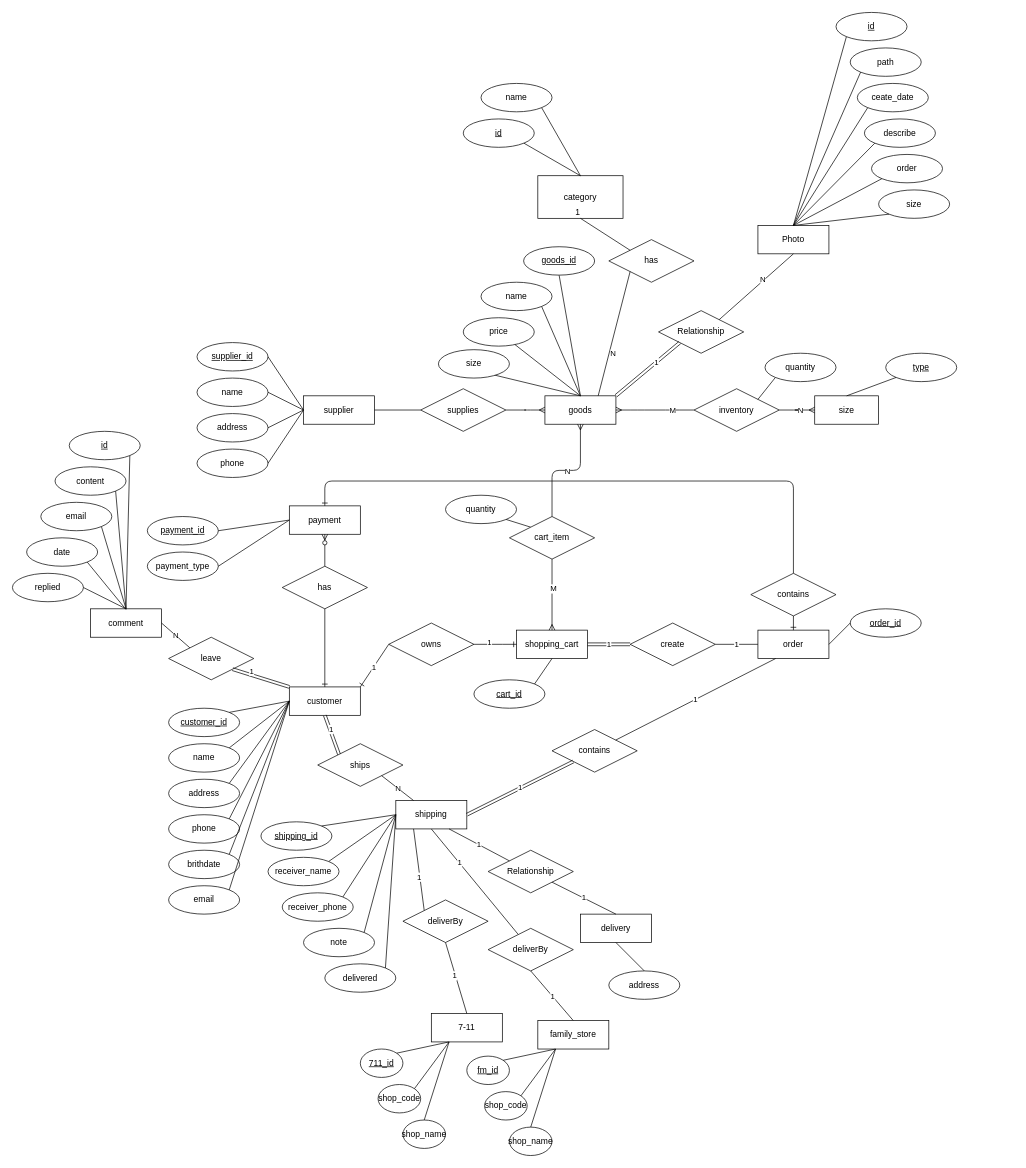
This is ERDiagram.drawio from BoshiLee/ecommerce, a draw.io file, before an edit. Source tidied: cells renumbered, new cells numbered last; positions are measured from the earlier drawing's top-left corner, leaving out a move shared by most shapes. Both pictures are drawn from the tidied source at 71%, with x=0, y=0 at pixel (12, 12).
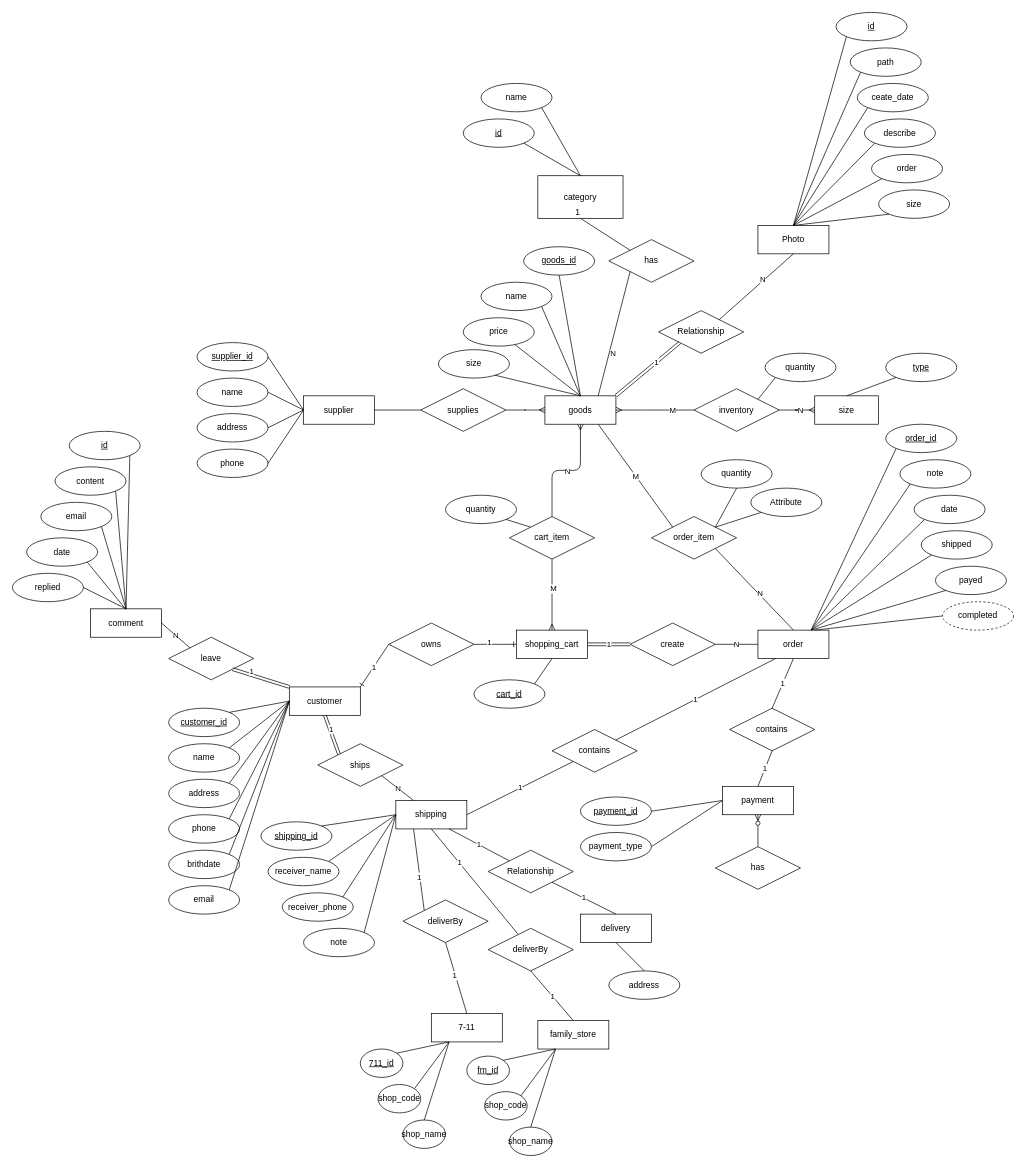
After the change.

Unchanged cells that the change refers to:
```xml
<mxCell id="3" value="goods" style="whiteSpace=wrap;html=1;align=center;" parent="1" vertex="1">
  <mxGeometry x="750" y="540" width="100" height="40" as="geometry" />
</mxCell>
<mxCell id="12" value="customer" style="whiteSpace=wrap;html=1;align=center;" parent="1" vertex="1">
  <mxGeometry x="390" y="950" width="100" height="40" as="geometry" />
</mxCell>
<mxCell id="45" value="create" style="shape=rhombus;perimeter=rhombusPerimeter;whiteSpace=wrap;html=1;align=center;" parent="1" vertex="1">
  <mxGeometry x="870" y="860" width="120" height="60" as="geometry" />
</mxCell>
<mxCell id="49" value="shipping" style="whiteSpace=wrap;html=1;align=center;" parent="1" vertex="1">
  <mxGeometry x="540" y="1110" width="100" height="40" as="geometry" />
</mxCell>
<mxCell id="56" value="order" style="whiteSpace=wrap;html=1;align=center;" parent="1" vertex="1">
  <mxGeometry x="1050" y="870" width="100" height="40" as="geometry" />
</mxCell>
<mxCell id="60" value="contains" style="shape=rhombus;perimeter=rhombusPerimeter;whiteSpace=wrap;html=1;align=center;" parent="1" vertex="1">
  <mxGeometry x="760" y="1010" width="120" height="60" as="geometry" />
</mxCell>
```

What changed in the source:
```diff
@@
-    <mxCell id="43" value="payment" style="whiteSpace=wrap;html=1;align=center;" parent="1" vertex="1">
-      <mxGeometry x="390" y="695" width="100" height="40" as="geometry" />
-    </mxCell>
-    <mxCell id="44" value="payment_id" style="ellipse;whiteSpace=wrap;html=1;align=center;fontStyle=4;" parent="1" vertex="1">
-      <mxGeometry x="190" y="710" width="100" height="40" as="geometry" />
-    </mxCell>
@@
-    <mxCell id="46" value="&lt;span&gt;payment_type&lt;/span&gt;" style="ellipse;whiteSpace=wrap;html=1;align=center;fontStyle=0;" parent="1" vertex="1">
-      <mxGeometry x="190" y="760" width="100" height="40" as="geometry" />
-    </mxCell>
-    <mxCell id="47" style="endArrow=none;html=1;rounded=0;entryX=0;entryY=0.5;entryDx=0;entryDy=0;exitX=1;exitY=0.5;exitDx=0;exitDy=0;" parent="1" edge="1" source="46" target="43">
-      <mxGeometry relative="1" as="geometry" />
-    </mxCell>
-    <mxCell id="48" style="endArrow=none;html=1;rounded=0;entryX=1;entryY=0.5;entryDx=0;entryDy=0;exitX=0;exitY=0.5;exitDx=0;exitDy=0;" parent="1" edge="1" source="43" target="44">
-      <mxGeometry relative="1" as="geometry" />
-    </mxCell>
@@
-    <mxCell id="53" value="has" style="shape=rhombus;perimeter=rhombusPerimeter;whiteSpace=wrap;html=1;align=center;" parent="1" vertex="1">
-      <mxGeometry x="380" y="780" width="120" height="60" as="geometry" />
-    </mxCell>
-    <mxCell id="54" style="edgeStyle=orthogonalEdgeStyle;fontSize=12;html=1;endArrow=ERzeroToMany;endFill=1;exitX=0.5;exitY=0;exitDx=0;exitDy=0;entryX=0.5;entryY=1;entryDx=0;entryDy=0;" parent="1" edge="1" source="53" target="43">
-      <mxGeometry relative="1" as="geometry" />
-    </mxCell>
-    <mxCell id="55" style="edgeStyle=orthogonalEdgeStyle;fontSize=12;html=1;endArrow=ERone;endFill=1;exitX=0.5;exitY=1;exitDx=0;exitDy=0;sketch=0;shadow=0;rounded=1;entryX=0.5;entryY=0;entryDx=0;entryDy=0;" parent="1" edge="1" source="53" target="12">
-      <mxGeometry relative="1" as="geometry" />
-    </mxCell>
@@
     <mxCell id="57" value="contains" style="shape=rhombus;perimeter=rhombusPerimeter;whiteSpace=wrap;html=1;align=center;" parent="1" vertex="1">
-      <mxGeometry x="1040" y="790" width="120" height="60" as="geometry" />
+      <mxGeometry x="1010" y="980" width="120" height="60" as="geometry" />
     </mxCell>
-    <mxCell id="58" style="edgeStyle=orthogonalEdgeStyle;fontSize=12;html=1;endArrow=ERone;endFill=1;exitX=0.5;exitY=1;exitDx=0;exitDy=0;sketch=0;shadow=0;rounded=1;entryX=0.5;entryY=0;entryDx=0;entryDy=0;" parent="1" edge="1" source="57" target="56">
-      <mxGeometry relative="1" as="geometry" />
-    </mxCell>
-    <mxCell id="59" style="edgeStyle=orthogonalEdgeStyle;fontSize=12;html=1;endArrow=ERone;endFill=1;sketch=0;shadow=0;rounded=1;exitX=0.5;exitY=0;exitDx=0;exitDy=0;entryX=0.5;entryY=0;entryDx=0;entryDy=0;" parent="1" edge="1" source="57" target="43">
-      <mxGeometry relative="1" as="geometry">
-        <Array as="points">
-          <mxPoint x="1100" y="660" />
-          <mxPoint x="440" y="660" />
-        </Array>
-      </mxGeometry>
-    </mxCell>
@@
     <mxCell id="61" value="order_id" style="ellipse;whiteSpace=wrap;html=1;align=center;fontStyle=4;" parent="1" vertex="1">
-      <mxGeometry x="1180" y="840" width="100" height="40" as="geometry" />
+      <mxGeometry x="1230" y="580" width="100" height="40" as="geometry" />
     </mxCell>
-    <mxCell id="62" style="endArrow=none;html=1;rounded=0;shadow=0;exitX=1;exitY=0.5;exitDx=0;exitDy=0;entryX=0;entryY=0.5;entryDx=0;entryDy=0;" parent="1" edge="1" source="56" target="61">
+    <mxCell id="62" style="endArrow=none;html=1;rounded=0;shadow=0;exitX=0.75;exitY=0;exitDx=0;exitDy=0;entryX=0;entryY=1;entryDx=0;entryDy=0;" parent="1" edge="1" source="56" target="61">
       <mxGeometry relative="1" as="geometry" />
     </mxCell>
@@
-    <mxCell id="147" value="delivered" style="ellipse;whiteSpace=wrap;html=1;align=center;" parent="1" vertex="1">
-      <mxGeometry x="440" y="1340" width="100" height="40" as="geometry" />
-    </mxCell>
@@
-    <mxCell id="149" style="endArrow=none;html=1;rounded=0;exitX=0;exitY=0.5;exitDx=0;exitDy=0;entryX=1;entryY=0;entryDx=0;entryDy=0;" parent="1" edge="1" source="49" target="147">
-      <mxGeometry relative="1" as="geometry" />
-    </mxCell>
@@
-    <mxCell id="169" value="1" style="shape=link;html=1;rounded=0;exitX=1;exitY=0.5;exitDx=0;exitDy=0;entryX=0;entryY=1;entryDx=0;entryDy=0;" parent="1" edge="1" source="49" target="60">
-      <mxGeometry relative="1" as="geometry" />
-    </mxCell>
@@
-    <mxCell id="173" value="1" style="endArrow=none;html=1;rounded=0;entryX=0;entryY=0.5;entryDx=0;entryDy=0;exitX=1;exitY=0.5;exitDx=0;exitDy=0;" parent="1" edge="1" source="45" target="56">
+    <mxCell id="173" value="N" style="endArrow=none;html=1;rounded=0;entryX=0;entryY=0.5;entryDx=0;entryDy=0;exitX=1;exitY=0.5;exitDx=0;exitDy=0;" parent="1" edge="1" source="45" target="56">
       <mxGeometry relative="1" as="geometry" />
     </mxCell>
+    <mxCell id="43" value="payment" style="whiteSpace=wrap;html=1;align=center;" parent="1" vertex="1">
+      <mxGeometry x="1000" y="1090" width="100" height="40" as="geometry" />
+    </mxCell>
+    <mxCell id="44" value="payment_id" style="ellipse;whiteSpace=wrap;html=1;align=center;fontStyle=4;" parent="1" vertex="1">
+      <mxGeometry x="800" y="1105" width="100" height="40" as="geometry" />
+    </mxCell>
+    <mxCell id="46" value="&lt;span&gt;payment_type&lt;/span&gt;" style="ellipse;whiteSpace=wrap;html=1;align=center;fontStyle=0;" parent="1" vertex="1">
+      <mxGeometry x="800" y="1155" width="100" height="40" as="geometry" />
+    </mxCell>
+    <mxCell id="47" style="endArrow=none;html=1;rounded=0;entryX=0;entryY=0.5;entryDx=0;entryDy=0;exitX=1;exitY=0.5;exitDx=0;exitDy=0;" parent="1" edge="1" source="46" target="43">
+      <mxGeometry relative="1" as="geometry" />
+    </mxCell>
+    <mxCell id="48" style="endArrow=none;html=1;rounded=0;entryX=1;entryY=0.5;entryDx=0;entryDy=0;exitX=0;exitY=0.5;exitDx=0;exitDy=0;" parent="1" edge="1" source="43" target="44">
+      <mxGeometry relative="1" as="geometry" />
+    </mxCell>
+    <mxCell id="53" value="has" style="shape=rhombus;perimeter=rhombusPerimeter;whiteSpace=wrap;html=1;align=center;" parent="1" vertex="1">
+      <mxGeometry x="990" y="1175" width="120" height="60" as="geometry" />
+    </mxCell>
+    <mxCell id="54" style="edgeStyle=orthogonalEdgeStyle;fontSize=12;html=1;endArrow=ERzeroToMany;endFill=1;exitX=0.5;exitY=0;exitDx=0;exitDy=0;entryX=0.5;entryY=1;entryDx=0;entryDy=0;" parent="1" edge="1" source="53" target="43">
+      <mxGeometry relative="1" as="geometry" />
+    </mxCell>
+    <mxCell id="174" value="1" style="endArrow=none;html=1;rounded=0;exitX=0.5;exitY=1;exitDx=0;exitDy=0;entryX=0.5;entryY=0;entryDx=0;entryDy=0;" parent="1" edge="1" source="56" target="57">
+      <mxGeometry relative="1" as="geometry" />
+    </mxCell>
+    <mxCell id="169" value="1" style="endArrow=none;html=1;rounded=0;exitX=1;exitY=0.5;exitDx=0;exitDy=0;entryX=0;entryY=1;entryDx=0;entryDy=0;" parent="1" edge="1" source="49" target="60">
+      <mxGeometry relative="1" as="geometry" />
+    </mxCell>
+    <mxCell id="175" value="1" style="endArrow=none;html=1;rounded=0;entryX=0.5;entryY=1;entryDx=0;entryDy=0;exitX=0.5;exitY=0;exitDx=0;exitDy=0;" parent="1" edge="1" source="43" target="57">
+      <mxGeometry relative="1" as="geometry" />
+    </mxCell>
+    <mxCell id="176" value="date" style="ellipse;whiteSpace=wrap;html=1;align=center;" parent="1" vertex="1">
+      <mxGeometry x="1270" y="680" width="100" height="40" as="geometry" />
+    </mxCell>
+    <mxCell id="177" value="note" style="ellipse;whiteSpace=wrap;html=1;align=center;" parent="1" vertex="1">
+      <mxGeometry x="1250" y="630" width="100" height="40" as="geometry" />
+    </mxCell>
+    <mxCell id="178" style="edgeStyle=none;rounded=0;orthogonalLoop=1;jettySize=auto;html=1;exitX=0;exitY=0.5;exitDx=0;exitDy=0;" parent="1" edge="1" source="61" target="61">
+      <mxGeometry relative="1" as="geometry" />
+    </mxCell>
+    <mxCell id="179" value="shipped" style="ellipse;whiteSpace=wrap;html=1;align=center;" parent="1" vertex="1">
+      <mxGeometry x="1280" y="730" width="100" height="40" as="geometry" />
+    </mxCell>
+    <mxCell id="180" value="payed" style="ellipse;whiteSpace=wrap;html=1;align=center;" parent="1" vertex="1">
+      <mxGeometry x="1300" y="780" width="100" height="40" as="geometry" />
+    </mxCell>
+    <mxCell id="181" value="completed" style="ellipse;whiteSpace=wrap;html=1;align=center;dashed=1;" parent="1" vertex="1">
+      <mxGeometry x="1310" y="830" width="100" height="40" as="geometry" />
+    </mxCell>
+    <mxCell id="182" style="endArrow=none;html=1;rounded=0;entryX=0;entryY=1;entryDx=0;entryDy=0;exitX=0.75;exitY=0;exitDx=0;exitDy=0;" parent="1" edge="1" source="56" target="177">
+      <mxGeometry relative="1" as="geometry" />
+    </mxCell>
+    <mxCell id="183" style="endArrow=none;html=1;rounded=0;entryX=0;entryY=1;entryDx=0;entryDy=0;exitX=0.75;exitY=0;exitDx=0;exitDy=0;" parent="1" edge="1" source="56" target="176">
+      <mxGeometry relative="1" as="geometry" />
+    </mxCell>
+    <mxCell id="184" style="endArrow=none;html=1;rounded=0;entryX=0;entryY=1;entryDx=0;entryDy=0;exitX=0.75;exitY=0;exitDx=0;exitDy=0;" parent="1" edge="1" source="56" target="179">
+      <mxGeometry relative="1" as="geometry" />
+    </mxCell>
+    <mxCell id="185" style="endArrow=none;html=1;rounded=0;entryX=0;entryY=1;entryDx=0;entryDy=0;exitX=0.75;exitY=0;exitDx=0;exitDy=0;" parent="1" edge="1" source="56" target="180">
+      <mxGeometry relative="1" as="geometry" />
+    </mxCell>
+    <mxCell id="186" style="endArrow=none;html=1;rounded=0;entryX=0;entryY=0.5;entryDx=0;entryDy=0;" parent="1" edge="1" target="181">
+      <mxGeometry relative="1" as="geometry">
+        <mxPoint x="1130" y="870" as="sourcePoint" />
+      </mxGeometry>
+    </mxCell>
+    <mxCell id="187" value="order_item" style="shape=rhombus;perimeter=rhombusPerimeter;whiteSpace=wrap;html=1;align=center;" parent="1" vertex="1">
+      <mxGeometry x="900" y="710" width="120" height="60" as="geometry" />
+    </mxCell>
+    <mxCell id="188" style="endArrow=none;html=1;rounded=0;entryX=0.5;entryY=0;entryDx=0;entryDy=0;exitX=1;exitY=1;exitDx=0;exitDy=0;" parent="1" edge="1" source="187" target="56">
+      <mxGeometry relative="1" as="geometry" />
+    </mxCell>
+    <mxCell id="189" value="N" style="edgeLabel;html=1;align=center;verticalAlign=middle;" parent="188" vertex="1">
+      <mxGeometry x="0.12" y="1" relative="1" as="geometry" />
+    </mxCell>
+    <mxCell id="190" value="M" style="endArrow=none;html=1;rounded=0;exitX=0.75;exitY=1;exitDx=0;exitDy=0;entryX=0;entryY=0;entryDx=0;entryDy=0;" parent="1" edge="1" source="3" target="187">
+      <mxGeometry relative="1" as="geometry" />
+    </mxCell>
+    <mxCell id="191" value="quantity" style="ellipse;whiteSpace=wrap;html=1;align=center;" parent="1" vertex="1">
+      <mxGeometry x="970" y="630" width="100" height="40" as="geometry" />
+    </mxCell>
+    <mxCell id="192" style="endArrow=none;html=1;rounded=0;exitX=1;exitY=0;exitDx=0;exitDy=0;entryX=0.5;entryY=1;entryDx=0;entryDy=0;" parent="1" edge="1" source="187" target="191">
+      <mxGeometry relative="1" as="geometry" />
+    </mxCell>
+    <mxCell id="193" value="Attribute" style="ellipse;whiteSpace=wrap;html=1;align=center;" parent="1" vertex="1">
+      <mxGeometry x="1040" y="670" width="100" height="40" as="geometry" />
+    </mxCell>
+    <mxCell id="194" style="endArrow=none;html=1;rounded=0;entryX=0;entryY=1;entryDx=0;entryDy=0;exitX=1;exitY=0;exitDx=0;exitDy=0;" parent="1" edge="1" source="187" target="193">
+      <mxGeometry relative="1" as="geometry" />
+    </mxCell>
```
